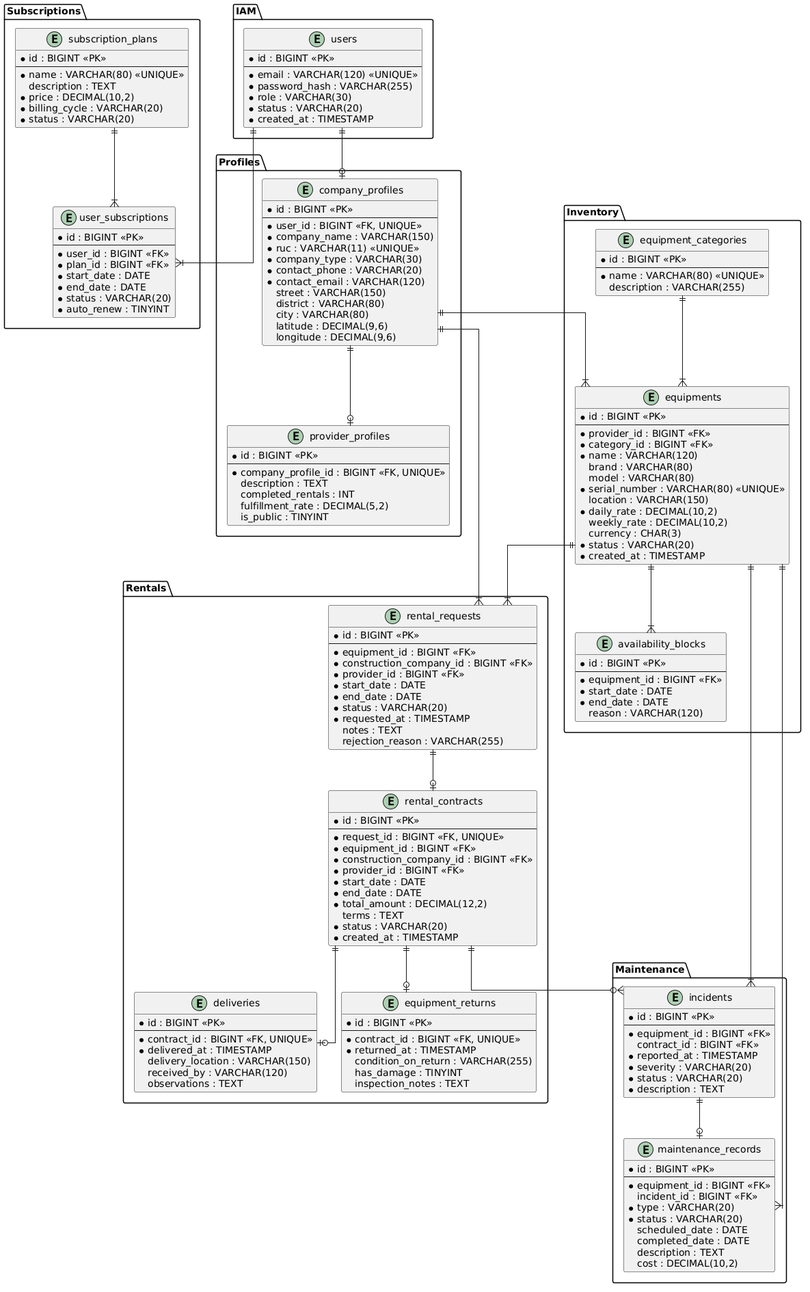
Earlier version of the PlantUML export assets/md-images-chapter4/database-diagram.png (upc-pre-202620-1asi0729-7750-cleancode/maquigest-report).
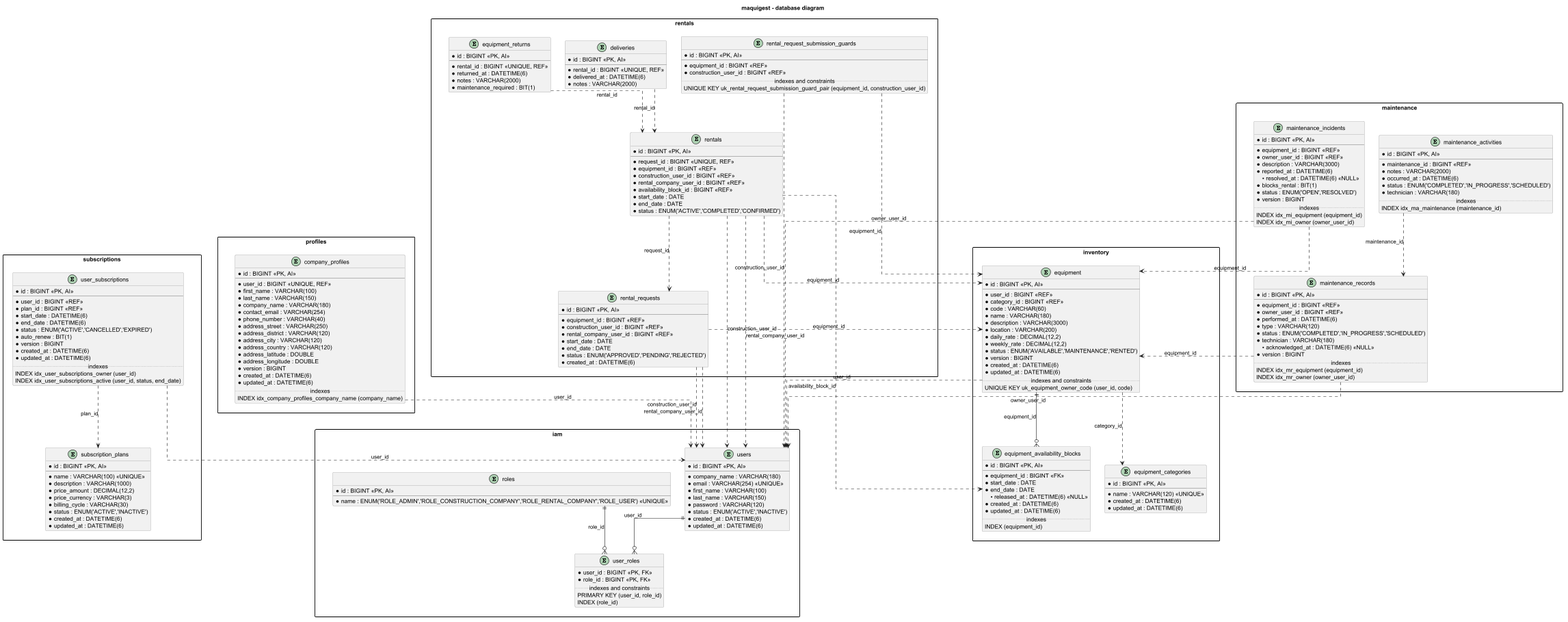
After the commit.

Commit message:
docs(report): update backend database diagram

What changed in the source:
```diff
@@ -1,200 +1,309 @@
 @startuml
-skinparam roundcorner 5
+
+
+top to bottom direction
+
 skinparam linetype ortho
+skinparam shadowing false
+skinparam packageStyle rectangle
+skinparam packageBackgroundColor white
+skinparam classBackgroundColor #F1F1F1
+skinparam classBorderColor #888888
+skinparam nodesep 35
+skinparam ranksep 55
 
-package "IAM" {
-    entity "users" as users {
-        * id : BIGINT «PK»
-        --
-        * email : VARCHAR(120) «UNIQUE»
-        * password_hash : VARCHAR(255)
-        * role : VARCHAR(30)
-        * status : VARCHAR(20)
-        * created_at : TIMESTAMP
-    }
+hide empty members
+
+title maquigest - database diagram
+
+
+package "iam" as bc_iam {
+
+  entity "users" as users {
+    * id : BIGINT <<PK, AI>>
+    --
+    * company_name : VARCHAR(180)
+    * email : VARCHAR(254) <<UNIQUE>>
+    * first_name : VARCHAR(100)
+    * last_name : VARCHAR(150)
+    * password : VARCHAR(120)
+    * status : ENUM('ACTIVE','INACTIVE')
+    * created_at : DATETIME(6)
+    * updated_at : DATETIME(6)
+  }
+
+  entity "roles" as roles {
+    * id : BIGINT <<PK, AI>>
+    --
+    * name : ENUM('ROLE_ADMIN','ROLE_CONSTRUCTION_COMPANY','ROLE_RENTAL_COMPANY','ROLE_USER') <<UNIQUE>>
+  }
+
+  entity "user_roles" as user_roles {
+    * user_id : BIGINT <<PK, FK>>
+    * role_id : BIGINT <<PK, FK>>
+    .. indexes and constraints ..
+    PRIMARY KEY (user_id, role_id)
+    INDEX (role_id)
+  }
 }
 
-package "Subscriptions" {
-    entity "subscription_plans" as subscription_plans {
-        * id : BIGINT «PK»
-        --
-        * name : VARCHAR(80) «UNIQUE»
-        description : TEXT
-        * price : DECIMAL(10,2)
-        * billing_cycle : VARCHAR(20)
-        * status : VARCHAR(20)
-    }
 
-    entity "user_subscriptions" as user_subscriptions {
-        * id : BIGINT «PK»
-        --
-        * user_id : BIGINT «FK»
-        * plan_id : BIGINT «FK»
-        * start_date : DATE
-        * end_date : DATE
-        * status : VARCHAR(20)
-        * auto_renew : TINYINT
-    }
+package "profiles" as bc_profiles {
+
+  entity "company_profiles" as company_profiles {
+    * id : BIGINT <<PK, AI>>
+    --
+    * user_id : BIGINT <<UNIQUE, REF>>
+    * first_name : VARCHAR(100)
+    * last_name : VARCHAR(150)
+    * company_name : VARCHAR(180)
+    * contact_email : VARCHAR(254)
+    * phone_number : VARCHAR(40)
+    * address_street : VARCHAR(250)
+    * address_district : VARCHAR(120)
+    * address_city : VARCHAR(120)
+    * address_country : VARCHAR(120)
+    * address_latitude : DOUBLE
+    * address_longitude : DOUBLE
+    * version : BIGINT
+    * created_at : DATETIME(6)
+    * updated_at : DATETIME(6)
+    .. indexes ..
+    INDEX idx_company_profiles_company_name (company_name)
+  }
 }
 
-package "Profiles" {
-    entity "company_profiles" as company_profiles {
-        * id : BIGINT «PK»
-        --
-        * user_id : BIGINT «FK, UNIQUE»
-        * company_name : VARCHAR(150)
-        * ruc : VARCHAR(11) «UNIQUE»
-        * company_type : VARCHAR(30)
-        * contact_phone : VARCHAR(20)
-        * contact_email : VARCHAR(120)
-        street : VARCHAR(150)
-        district : VARCHAR(80)
-        city : VARCHAR(80)
-        latitude : DECIMAL(9,6)
-        longitude : DECIMAL(9,6)
-    }
 
-    entity "provider_profiles" as provider_profiles {
-        * id : BIGINT «PK»
-        --
-        * company_profile_id : BIGINT «FK, UNIQUE»
-        description : TEXT
-        completed_rentals : INT
-        fulfillment_rate : DECIMAL(5,2)
-        is_public : TINYINT
-    }
+package "inventory" as bc_inventory {
+
+  entity "equipment_categories" as equipment_categories {
+    * id : BIGINT <<PK, AI>>
+    --
+    * name : VARCHAR(120) <<UNIQUE>>
+    * created_at : DATETIME(6)
+    * updated_at : DATETIME(6)
+  }
+
+  entity "equipment" as equipment {
+    * id : BIGINT <<PK, AI>>
+    --
+    * user_id : BIGINT <<REF>>
+    * category_id : BIGINT <<REF>>
+    * code : VARCHAR(60)
+    * name : VARCHAR(180)
+    * description : VARCHAR(3000)
+    * location : VARCHAR(200)
+    * daily_rate : DECIMAL(12,2)
+    * weekly_rate : DECIMAL(12,2)
+    * status : ENUM('AVAILABLE','MAINTENANCE','RENTED')
+    * version : BIGINT
+    * created_at : DATETIME(6)
+    * updated_at : DATETIME(6)
+    .. indexes and constraints ..
+    UNIQUE KEY uk_equipment_owner_code (user_id, code)
+  }
+
+  entity "equipment_availability_blocks" as availability_blocks {
+    * id : BIGINT <<PK, AI>>
+    --
+    * equipment_id : BIGINT <<FK>>
+    * start_date : DATE
+    * end_date : DATE
+    • released_at : DATETIME(6) <<NULL>>
+    * created_at : DATETIME(6)
+    * updated_at : DATETIME(6)
+    .. indexes ..
+    INDEX (equipment_id)
+  }
 }
 
-package "Inventory" {
-    entity "equipment_categories" as equipment_categories {
-        * id : BIGINT «PK»
-        --
-        * name : VARCHAR(80) «UNIQUE»
-        description : VARCHAR(255)
-    }
 
-    entity "equipments" as equipments {
-        * id : BIGINT «PK»
-        --
-        * provider_id : BIGINT «FK»
-        * category_id : BIGINT «FK»
-        * name : VARCHAR(120)
-        brand : VARCHAR(80)
-        model : VARCHAR(80)
-        * serial_number : VARCHAR(80) «UNIQUE»
-        location : VARCHAR(150)
-        * daily_rate : DECIMAL(10,2)
-        weekly_rate : DECIMAL(10,2)
-        currency : CHAR(3)
-        * status : VARCHAR(20)
-        * created_at : TIMESTAMP
-    }
+package "rentals" as bc_rentals {
 
-    entity "availability_blocks" as availability_blocks {
-        * id : BIGINT «PK»
-        --
-        * equipment_id : BIGINT «FK»
-        * start_date : DATE
-        * end_date : DATE
-        reason : VARCHAR(120)
-    }
+  entity "rental_requests" as rental_requests {
+    * id : BIGINT <<PK, AI>>
+    --
+    * equipment_id : BIGINT <<REF>>
+    * construction_user_id : BIGINT <<REF>>
+    * rental_company_user_id : BIGINT <<REF>>
+    * start_date : DATE
+    * end_date : DATE
+    * status : ENUM('APPROVED','PENDING','REJECTED')
+    * created_at : DATETIME(6)
+  }
+
+  entity "rentals" as rentals {
+    * id : BIGINT <<PK, AI>>
+    --
+    * request_id : BIGINT <<UNIQUE, REF>>
+    * equipment_id : BIGINT <<REF>>
+    * construction_user_id : BIGINT <<REF>>
+    * rental_company_user_id : BIGINT <<REF>>
+    * availability_block_id : BIGINT <<REF>>
+    * start_date : DATE
+    * end_date : DATE
+    * status : ENUM('ACTIVE','COMPLETED','CONFIRMED')
+  }
+
+  entity "deliveries" as deliveries {
+    * id : BIGINT <<PK, AI>>
+    --
+    * rental_id : BIGINT <<UNIQUE, REF>>
+    * delivered_at : DATETIME(6)
+    * notes : VARCHAR(2000)
+  }
+
+  entity "equipment_returns" as equipment_returns {
+    * id : BIGINT <<PK, AI>>
+    --
+    * rental_id : BIGINT <<UNIQUE, REF>>
+    * returned_at : DATETIME(6)
+    * notes : VARCHAR(2000)
+    * maintenance_required : BIT(1)
+  }
+
+  entity "rental_request_submission_guards" as submission_guards {
+    * id : BIGINT <<PK, AI>>
+    --
+    * equipment_id : BIGINT <<REF>>
+    * construction_user_id : BIGINT <<REF>>
+    .. indexes and constraints ..
+    UNIQUE KEY uk_rental_request_submission_guard_pair (equipment_id, construction_user_id)
+  }
 }
 
-package "Rentals" {
-    entity "rental_requests" as rental_requests {
-        * id : BIGINT «PK»
-        --
-        * equipment_id : BIGINT «FK»
-        * construction_company_id : BIGINT «FK»
-        * provider_id : BIGINT «FK»
-        * start_date : DATE
-        * end_date : DATE
-        * status : VARCHAR(20)
-        * requested_at : TIMESTAMP
-        notes : TEXT
-        rejection_reason : VARCHAR(255)
-    }
 
-    entity "rental_contracts" as rental_contracts {
-        * id : BIGINT «PK»
-        --
-        * request_id : BIGINT «FK, UNIQUE»
-        * equipment_id : BIGINT «FK»
-        * construction_company_id : BIGINT «FK»
-        * provider_id : BIGINT «FK»
-        * start_date : DATE
-        * end_date : DATE
-        * total_amount : DECIMAL(12,2)
-        terms : TEXT
-        * status : VARCHAR(20)
-        * created_at : TIMESTAMP
-    }
+package "maintenance" as bc_maintenance {
 
-    entity "deliveries" as deliveries {
-        * id : BIGINT «PK»
-        --
-        * contract_id : BIGINT «FK, UNIQUE»
-        * delivered_at : TIMESTAMP
-        delivery_location : VARCHAR(150)
-        received_by : VARCHAR(120)
-        observations : TEXT
-    }
+  entity "maintenance_incidents" as incidents {
+    * id : BIGINT <<PK, AI>>
+    --
+    * equipment_id : BIGINT <<REF>>
+    * owner_user_id : BIGINT <<REF>>
+    * description : VARCHAR(3000)
+    * reported_at : DATETIME(6)
+    • resolved_at : DATETIME(6) <<NULL>>
+    * blocks_rental : BIT(1)
+    * status : ENUM('OPEN','RESOLVED')
+    * version : BIGINT
+    .. indexes ..
+    INDEX idx_mi_equipment (equipment_id)
+    INDEX idx_mi_owner (owner_user_id)
+  }
 
-    entity "equipment_returns" as equipment_returns {
-        * id : BIGINT «PK»
-        --
-        * contract_id : BIGINT «FK, UNIQUE»
-        * returned_at : TIMESTAMP
-        condition_on_return : VARCHAR(255)
-        has_damage : TINYINT
-        inspection_notes : TEXT
-    }
+  entity "maintenance_records" as maintenance_records {
+    * id : BIGINT <<PK, AI>>
+    --
+    * equipment_id : BIGINT <<REF>>
+    * owner_user_id : BIGINT <<REF>>
+    * performed_at : DATETIME(6)
+    * type : VARCHAR(120)
+    * status : ENUM('COMPLETED','IN_PROGRESS','SCHEDULED')
+    * technician : VARCHAR(180)
+    • acknowledged_at : DATETIME(6) <<NULL>>
+    * version : BIGINT
+    .. indexes ..
+    INDEX idx_mr_equipment (equipment_id)
+    INDEX idx_mr_owner (owner_user_id)
+  }
+
+  entity "maintenance_activities" as maintenance_activities {
+    * id : BIGINT <<PK, AI>>
+    --
+    * maintenance_id : BIGINT <<REF>>
+    * notes : VARCHAR(2000)
+    * occurred_at : DATETIME(6)
+    * status : ENUM('COMPLETED','IN_PROGRESS','SCHEDULED')
+    * technician : VARCHAR(180)
+    .. indexes ..
+    INDEX idx_ma_maintenance (maintenance_id)
+  }
 }
 
-package "Maintenance" {
-    entity "incidents" as incidents {
-        * id : BIGINT «PK»
-        --
-        * equipment_id : BIGINT «FK»
-        contract_id : BIGINT «FK»
-        * reported_at : TIMESTAMP
-        * severity : VARCHAR(20)
-        * status : VARCHAR(20)
-        * description : TEXT
-    }
 
-    entity "maintenance_records" as maintenance_records {
-        * id : BIGINT «PK»
-        --
-        * equipment_id : BIGINT «FK»
-        incident_id : BIGINT «FK»
-        * type : VARCHAR(20)
-        * status : VARCHAR(20)
-        scheduled_date : DATE
-        completed_date : DATE
-        description : TEXT
-        cost : DECIMAL(10,2)
-    }
+package "subscriptions" as bc_subscriptions {
+
+  entity "subscription_plans" as subscription_plans {
+    * id : BIGINT <<PK, AI>>
+    --
+    * name : VARCHAR(100) <<UNIQUE>>
+    * description : VARCHAR(1000)
+    * price_amount : DECIMAL(12,2)
+    * price_currency : VARCHAR(3)
+    * billing_cycle : VARCHAR(30)
+    * status : ENUM('ACTIVE','INACTIVE')
+    * created_at : DATETIME(6)
+    * updated_at : DATETIME(6)
+  }
+
+  entity "user_subscriptions" as user_subscriptions {
+    * id : BIGINT <<PK, AI>>
+    --
+    * user_id : BIGINT <<REF>>
+    * plan_id : BIGINT <<REF>>
+    * start_date : DATETIME(6)
+    * end_date : DATETIME(6)
+    * status : ENUM('ACTIVE','CANCELLED','EXPIRED')
+    * auto_renew : BIT(1)
+    * version : BIGINT
+    * created_at : DATETIME(6)
+    * updated_at : DATETIME(6)
+    .. indexes ..
+    INDEX idx_user_subscriptions_owner (user_id)
+    INDEX idx_user_subscriptions_active (user_id, status, end_date)
+  }
 }
 
-users ||--o| company_profiles
-users ||--|{ user_subscriptions
-subscription_plans ||--|{ user_subscriptions
 
-company_profiles ||--o| provider_profiles
-company_profiles ||--|{ equipments
+users ||--o{ user_roles : "user_id"
+roles ||--o{ user_roles : "role_id"
 
-equipment_categories ||--|{ equipments
-equipments ||--|{ availability_blocks
+equipment ||--o{ availability_blocks : "equipment_id"
 
-equipments ||--|{ rental_requests
-company_profiles ||--|{ rental_requests
-rental_requests ||--o| rental_contracts
-rental_contracts ||--o| deliveries
-rental_contracts ||--o| equipment_returns
 
-equipments ||--|{ incidents
-equipments ||--|{ maintenance_records
-incidents ||--o| maintenance_records
-rental_contracts ||--o{ incidents
+equipment ..> equipment_categories : "category_id"
+
+rentals ..> rental_requests : "request_id"
+rentals ..> availability_blocks : "availability_block_id"
+
+deliveries ..> rentals : "rental_id"
+equipment_returns ..> rentals : "rental_id"
+
+submission_guards ..> equipment : "equipment_id"
+
+maintenance_activities ..> maintenance_records : "maintenance_id"
+
+user_subscriptions ..> subscription_plans : "plan_id"
+
+
+company_profiles ..> users : "user_id"
+
+equipment ..> users : "user_id"
+
+rental_requests ..> equipment : "equipment_id"
+rental_requests ..> users : "construction_user_id"
+rental_requests ..> users : "rental_company_user_id"
+
+rentals ..> equipment : "equipment_id"
+rentals ..> users : "construction_user_id"
+rentals ..> users : "rental_company_user_id"
+
+submission_guards ..> users : "construction_user_id"
+
+incidents ..> equipment : "equipment_id"
+incidents ..> users : "owner_user_id"
+
+maintenance_records ..> equipment : "equipment_id"
+maintenance_records ..> users : "owner_user_id"
+
+user_subscriptions ..> users : "user_id"
+
+
+bc_iam -[hidden]right-> bc_profiles
+bc_profiles -[hidden]right-> bc_inventory
+
+bc_iam -[hidden]down-> bc_subscriptions
+bc_profiles -[hidden]down-> bc_rentals
+bc_inventory -[hidden]down-> bc_maintenance
+
 @enduml
```
